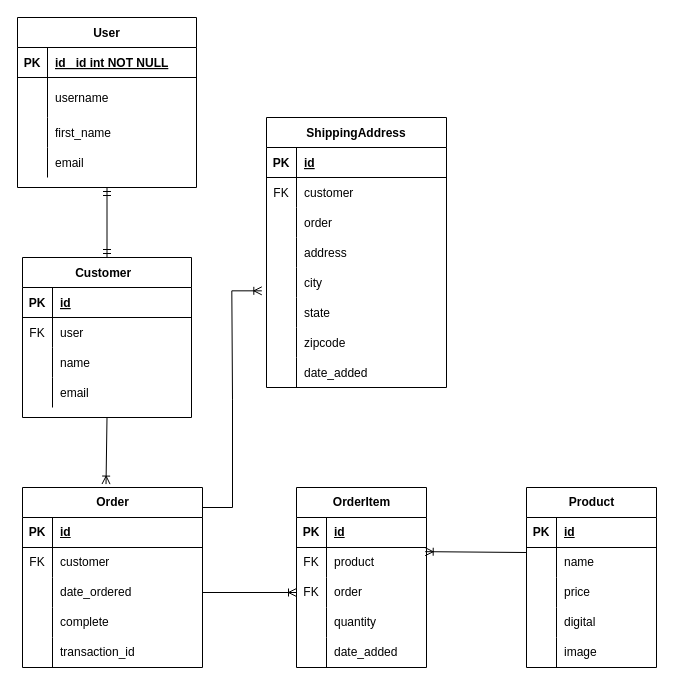
Above: Models_Django_Online_Store.drawio in drakata27/django-online-store (draw.io), before the change. Source tidied: cells renumbered, new cells numbered last; positions are measured from the earlier drawing's top-left corner, leaving out a move shared by most shapes. Both pictures are drawn from the tidied source at 100%, with x=0, y=0 at pixel (17, 17).
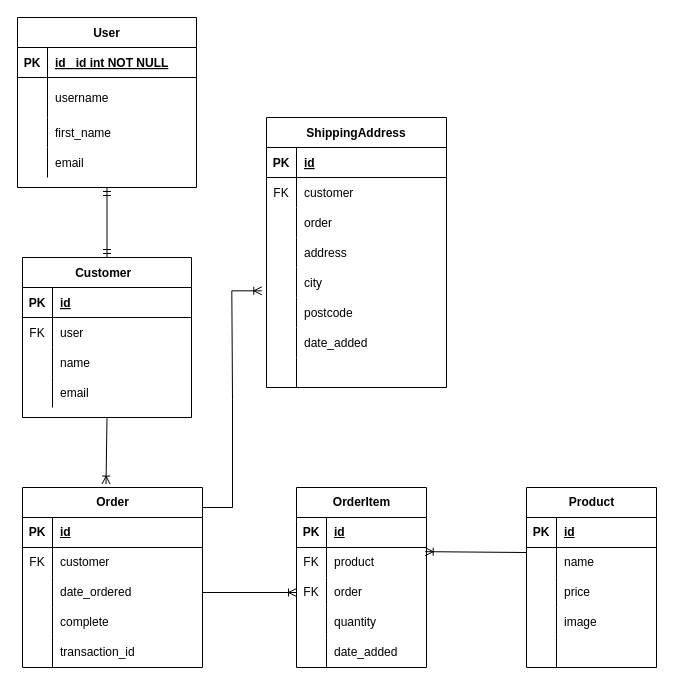
The same diagram, later.

Unchanged cells that the change refers to:
```xml
<mxCell id="18" style="shape=partialRectangle;fillColor=none;top=0;left=0;right=0;bottom=0;" parent="2" vertex="1">
  <mxGeometry y="180" width="180" height="30" as="geometry" />
</mxCell>
<mxCell id="21" style="shape=partialRectangle;fillColor=none;top=0;left=0;right=0;bottom=0;" parent="2" vertex="1">
  <mxGeometry y="210" width="180" height="30" as="geometry" />
</mxCell>
<mxCell id="24" style="shape=partialRectangle;fillColor=none;top=0;left=0;right=0;bottom=0;" parent="2" vertex="1">
  <mxGeometry y="240" width="180" height="30" as="geometry" />
</mxCell>
<mxCell id="98" style="shape=tableRow;horizontal=0;startSize=0;swimlaneHead=0;swimlaneBody=0;fillColor=none;top=0;left=0;right=0;bottom=0;" parent="88" vertex="1">
  <mxGeometry y="120" width="130" height="30" as="geometry" />
</mxCell>
<mxCell id="101" style="shape=tableRow;horizontal=0;startSize=0;swimlaneHead=0;swimlaneBody=0;fillColor=none;top=0;left=0;right=0;bottom=0;" parent="88" vertex="1">
  <mxGeometry y="150" width="130" height="30" as="geometry" />
</mxCell>
```

Change to the diagram source:
```diff
@@
-    <mxCell id="20" value="state" style="shape=partialRectangle;overflow=hidden;fillColor=none;top=0;left=0;bottom=0;right=0;align=left;spacingLeft=6;" parent="18" vertex="1">
+    <mxCell id="20" value="postcode" style="shape=partialRectangle;overflow=hidden;fillColor=none;top=0;left=0;bottom=0;right=0;align=left;spacingLeft=6;" parent="18" vertex="1">
       <mxGeometry x="30" width="150" height="30" as="geometry" />
     </mxCell>
@@
-    <mxCell id="23" value="zipcode" style="shape=partialRectangle;overflow=hidden;fillColor=none;top=0;left=0;bottom=0;right=0;align=left;spacingLeft=6;" parent="21" vertex="1">
+    <mxCell id="23" value="date_added" style="shape=partialRectangle;overflow=hidden;fillColor=none;top=0;left=0;bottom=0;right=0;align=left;spacingLeft=6;" parent="21" vertex="1">
       <mxGeometry x="30" width="150" height="30" as="geometry" />
     </mxCell>
@@
-    <mxCell id="26" value="date_added" style="shape=partialRectangle;overflow=hidden;fillColor=none;top=0;left=0;bottom=0;right=0;align=left;spacingLeft=6;" parent="24" vertex="1">
+    <mxCell id="26" style="shape=partialRectangle;overflow=hidden;fillColor=none;top=0;left=0;bottom=0;right=0;align=left;spacingLeft=6;" parent="24" vertex="1">
       <mxGeometry x="30" width="150" height="30" as="geometry" />
     </mxCell>
@@
-    <mxCell id="100" value="digital" style="shape=partialRectangle;fillColor=none;top=0;left=0;bottom=0;right=0;align=left;spacingLeft=6;overflow=hidden;whiteSpace=wrap;html=1;" parent="98" vertex="1">
+    <mxCell id="100" value="image" style="shape=partialRectangle;fillColor=none;top=0;left=0;bottom=0;right=0;align=left;spacingLeft=6;overflow=hidden;whiteSpace=wrap;html=1;" parent="98" vertex="1">
       <mxGeometry x="30" width="100" height="30" as="geometry" />
     </mxCell>
@@
-    <mxCell id="103" value="image" style="shape=partialRectangle;fillColor=none;top=0;left=0;bottom=0;right=0;align=left;spacingLeft=6;overflow=hidden;whiteSpace=wrap;html=1;" parent="101" vertex="1">
+    <mxCell id="103" style="shape=partialRectangle;fillColor=none;top=0;left=0;bottom=0;right=0;align=left;spacingLeft=6;overflow=hidden;whiteSpace=wrap;html=1;" parent="101" vertex="1">
       <mxGeometry x="30" width="100" height="30" as="geometry" />
     </mxCell>
```
